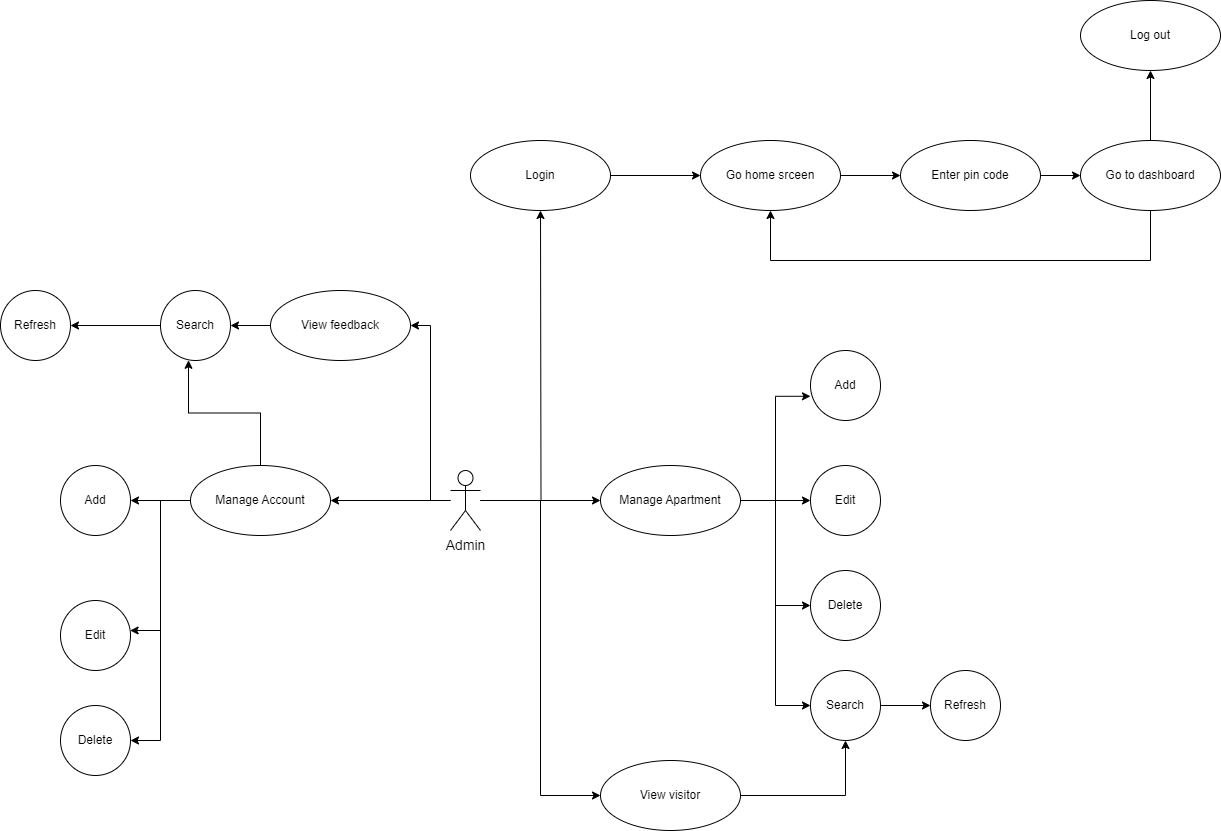
The draw.io diagram diagram/usecase admin-Page-2.drawio.png in duongminhthanh/app_system_management_visitor_for_old_aparment, before a commit. Source tidied: cells renumbered, new cells last; positions are measured from the earlier drawing's top-left corner, leaving out a move shared by most shapes. Its diagram source:
```xml
<mxGraphModel>
  <root>
    <mxCell id="0" />
    <mxCell id="1" parent="0" />
    <mxCell id="2" style="edgeStyle=orthogonalEdgeStyle;rounded=0;jettySize=auto;html=1;" parent="1" edge="1" source="7" target="12">
      <mxGeometry relative="1" as="geometry" />
    </mxCell>
    <mxCell id="3" style="edgeStyle=orthogonalEdgeStyle;rounded=0;jettySize=auto;html=1;entryX=0;entryY=0.5;entryDx=0;entryDy=0;" parent="1" edge="1" source="7" target="21">
      <mxGeometry relative="1" as="geometry" />
    </mxCell>
    <mxCell id="4" style="edgeStyle=orthogonalEdgeStyle;rounded=0;jettySize=auto;html=1;" parent="1" edge="1" source="7">
      <mxGeometry relative="1" as="geometry">
        <mxPoint x="540" y="210" as="targetPoint" />
      </mxGeometry>
    </mxCell>
    <mxCell id="5" style="edgeStyle=orthogonalEdgeStyle;rounded=0;jettySize=auto;html=1;entryX=1;entryY=0.5;entryDx=0;entryDy=0;" parent="1" edge="1" source="7" target="19">
      <mxGeometry relative="1" as="geometry" />
    </mxCell>
    <mxCell id="6" style="edgeStyle=orthogonalEdgeStyle;rounded=0;jettySize=auto;html=1;entryX=1;entryY=0.5;entryDx=0;entryDy=0;" parent="1" edge="1" source="7" target="40">
      <mxGeometry relative="1" as="geometry" />
    </mxCell>
    <mxCell id="7" value="Admin" style="shape=umlActor;html=1;verticalLabelPosition=bottom;verticalAlign=top;align=center;fontSize=14;" parent="1" vertex="1">
      <mxGeometry x="450" y="470" width="30" height="60" as="geometry" />
    </mxCell>
    <mxCell id="8" style="edgeStyle=orthogonalEdgeStyle;rounded=0;jettySize=auto;html=1;entryX=0;entryY=0.654;entryDx=0;entryDy=0;entryPerimeter=0;" parent="1" edge="1" source="12" target="13">
      <mxGeometry relative="1" as="geometry" />
    </mxCell>
    <mxCell id="9" style="edgeStyle=orthogonalEdgeStyle;rounded=0;jettySize=auto;html=1;" parent="1" edge="1" source="12" target="14">
      <mxGeometry relative="1" as="geometry" />
    </mxCell>
    <mxCell id="10" style="edgeStyle=orthogonalEdgeStyle;rounded=0;jettySize=auto;html=1;entryX=0;entryY=0.5;entryDx=0;entryDy=0;" parent="1" edge="1" source="12" target="15">
      <mxGeometry relative="1" as="geometry" />
    </mxCell>
    <mxCell id="11" style="edgeStyle=orthogonalEdgeStyle;rounded=0;jettySize=auto;html=1;entryX=0;entryY=0.5;entryDx=0;entryDy=0;" parent="1" edge="1" source="12" target="17">
      <mxGeometry relative="1" as="geometry" />
    </mxCell>
    <mxCell id="12" value="Manage Apartment" style="ellipse;whiteSpace=wrap;html=1;" parent="1" vertex="1">
      <mxGeometry x="600" y="465" width="140" height="70" as="geometry" />
    </mxCell>
    <mxCell id="13" value="Add" style="ellipse;whiteSpace=wrap;html=1;" parent="1" vertex="1">
      <mxGeometry x="810" y="350" width="70" height="70" as="geometry" />
    </mxCell>
    <mxCell id="14" value="Edit" style="ellipse;whiteSpace=wrap;html=1;" parent="1" vertex="1">
      <mxGeometry x="810" y="465" width="70" height="70" as="geometry" />
    </mxCell>
    <mxCell id="15" value="Delete" style="ellipse;whiteSpace=wrap;html=1;" parent="1" vertex="1">
      <mxGeometry x="810" y="570" width="70" height="70" as="geometry" />
    </mxCell>
    <mxCell id="16" style="edgeStyle=orthogonalEdgeStyle;rounded=0;jettySize=auto;html=1;" parent="1" edge="1" source="17" target="22">
      <mxGeometry relative="1" as="geometry" />
    </mxCell>
    <mxCell id="17" value="Search" style="ellipse;whiteSpace=wrap;html=1;" parent="1" vertex="1">
      <mxGeometry x="810" y="670" width="70" height="70" as="geometry" />
    </mxCell>
    <mxCell id="18" style="edgeStyle=orthogonalEdgeStyle;rounded=0;jettySize=auto;html=1;entryX=1;entryY=0.5;entryDx=0;entryDy=0;" parent="1" edge="1" source="19" target="34">
      <mxGeometry relative="1" as="geometry" />
    </mxCell>
    <mxCell id="19" value="View feedback" style="ellipse;whiteSpace=wrap;html=1;" parent="1" vertex="1">
      <mxGeometry x="270" y="290" width="140" height="70" as="geometry" />
    </mxCell>
    <mxCell id="20" style="edgeStyle=orthogonalEdgeStyle;rounded=0;jettySize=auto;html=1;entryX=0.5;entryY=1;entryDx=0;entryDy=0;" parent="1" edge="1" source="21" target="17">
      <mxGeometry relative="1" as="geometry" />
    </mxCell>
    <mxCell id="21" value="View visitor" style="ellipse;whiteSpace=wrap;html=1;" parent="1" vertex="1">
      <mxGeometry x="600" y="760" width="140" height="70" as="geometry" />
    </mxCell>
    <mxCell id="22" value="Refresh" style="ellipse;whiteSpace=wrap;html=1;" parent="1" vertex="1">
      <mxGeometry x="930" y="670" width="70" height="70" as="geometry" />
    </mxCell>
    <mxCell id="23" style="edgeStyle=orthogonalEdgeStyle;rounded=0;jettySize=auto;html=1;" parent="1" edge="1" source="24" target="26">
      <mxGeometry relative="1" as="geometry" />
    </mxCell>
    <mxCell id="24" value="Login" style="ellipse;whiteSpace=wrap;html=1;" parent="1" vertex="1">
      <mxGeometry x="470" y="140" width="140" height="70" as="geometry" />
    </mxCell>
    <mxCell id="25" style="edgeStyle=orthogonalEdgeStyle;rounded=0;jettySize=auto;html=1;" parent="1" edge="1" source="26" target="28">
      <mxGeometry relative="1" as="geometry" />
    </mxCell>
    <mxCell id="26" value="Go home srceen" style="ellipse;whiteSpace=wrap;html=1;" parent="1" vertex="1">
      <mxGeometry x="700" y="140" width="140" height="70" as="geometry" />
    </mxCell>
    <mxCell id="27" style="edgeStyle=orthogonalEdgeStyle;rounded=0;jettySize=auto;html=1;" parent="1" edge="1" source="28" target="31">
      <mxGeometry relative="1" as="geometry" />
    </mxCell>
    <mxCell id="28" value="Enter pin code" style="ellipse;whiteSpace=wrap;html=1;" parent="1" vertex="1">
      <mxGeometry x="900" y="140" width="140" height="70" as="geometry" />
    </mxCell>
    <mxCell id="29" style="edgeStyle=orthogonalEdgeStyle;rounded=0;jettySize=auto;html=1;" parent="1" edge="1" source="31" target="26">
      <mxGeometry relative="1" as="geometry">
        <Array as="points">
          <mxPoint x="1150" y="260" />
          <mxPoint x="770" y="260" />
        </Array>
      </mxGeometry>
    </mxCell>
    <mxCell id="30" style="edgeStyle=orthogonalEdgeStyle;rounded=0;jettySize=auto;html=1;" parent="1" edge="1" source="31" target="32">
      <mxGeometry relative="1" as="geometry" />
    </mxCell>
    <mxCell id="31" value="Go to dashboard" style="ellipse;whiteSpace=wrap;html=1;" parent="1" vertex="1">
      <mxGeometry x="1080" y="140" width="140" height="70" as="geometry" />
    </mxCell>
    <mxCell id="32" value="Log out" style="ellipse;whiteSpace=wrap;html=1;" parent="1" vertex="1">
      <mxGeometry x="1080" width="140" height="70" as="geometry" />
    </mxCell>
    <mxCell id="33" style="edgeStyle=orthogonalEdgeStyle;rounded=0;jettySize=auto;html=1;" parent="1" edge="1" source="34" target="35">
      <mxGeometry relative="1" as="geometry" />
    </mxCell>
    <mxCell id="34" value="Search" style="ellipse;whiteSpace=wrap;html=1;" parent="1" vertex="1">
      <mxGeometry x="160" y="290" width="70" height="70" as="geometry" />
    </mxCell>
    <mxCell id="35" value="Refresh" style="ellipse;whiteSpace=wrap;html=1;" parent="1" vertex="1">
      <mxGeometry y="290" width="70" height="70" as="geometry" />
    </mxCell>
    <mxCell id="36" style="edgeStyle=orthogonalEdgeStyle;rounded=0;jettySize=auto;html=1;entryX=0.4;entryY=0.997;entryDx=0;entryDy=0;entryPerimeter=0;" parent="1" edge="1" source="40" target="34">
      <mxGeometry relative="1" as="geometry" />
    </mxCell>
    <mxCell id="37" style="edgeStyle=orthogonalEdgeStyle;rounded=0;jettySize=auto;html=1;" parent="1" edge="1" source="40" target="41">
      <mxGeometry relative="1" as="geometry" />
    </mxCell>
    <mxCell id="38" style="edgeStyle=orthogonalEdgeStyle;rounded=0;jettySize=auto;html=1;" parent="1" edge="1" source="40" target="42">
      <mxGeometry relative="1" as="geometry">
        <Array as="points">
          <mxPoint x="160" y="500" />
          <mxPoint x="160" y="630" />
        </Array>
      </mxGeometry>
    </mxCell>
    <mxCell id="39" style="edgeStyle=orthogonalEdgeStyle;rounded=0;jettySize=auto;html=1;entryX=1;entryY=0.5;entryDx=0;entryDy=0;" parent="1" edge="1" source="40" target="43">
      <mxGeometry relative="1" as="geometry" />
    </mxCell>
    <mxCell id="40" value="Manage Account" style="ellipse;whiteSpace=wrap;html=1;" parent="1" vertex="1">
      <mxGeometry x="190" y="465" width="140" height="70" as="geometry" />
    </mxCell>
    <mxCell id="41" value="Add" style="ellipse;whiteSpace=wrap;html=1;" parent="1" vertex="1">
      <mxGeometry x="60" y="465" width="70" height="70" as="geometry" />
    </mxCell>
    <mxCell id="42" value="Edit" style="ellipse;whiteSpace=wrap;html=1;" parent="1" vertex="1">
      <mxGeometry x="60" y="600" width="70" height="70" as="geometry" />
    </mxCell>
    <mxCell id="43" value="Delete" style="ellipse;whiteSpace=wrap;html=1;" parent="1" vertex="1">
      <mxGeometry x="60" y="705" width="70" height="70" as="geometry" />
    </mxCell>
  </root>
</mxGraphModel>
```
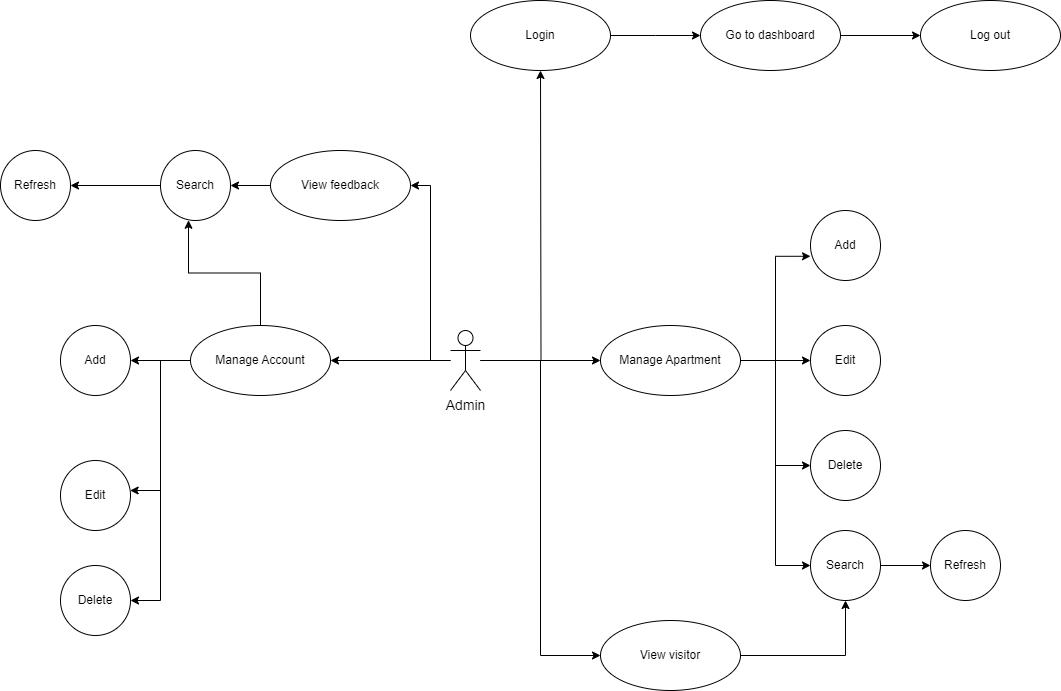
Later version of the same file.

What changed in the source:
```diff
@@ -67,40 +67,22 @@
     <mxCell id="22" value="Refresh" style="ellipse;whiteSpace=wrap;html=1;" parent="1" vertex="1">
       <mxGeometry x="930" y="670" width="70" height="70" as="geometry" />
     </mxCell>
-    <mxCell id="23" style="edgeStyle=orthogonalEdgeStyle;rounded=0;jettySize=auto;html=1;" parent="1" edge="1" source="24" target="26">
-      <mxGeometry relative="1" as="geometry" />
+    <mxCell id="23" style="edgeStyle=orthogonalEdgeStyle;rounded=0;jettySize=auto;html=1;" parent="1" edge="1" source="24">
+      <mxGeometry relative="1" as="geometry">
+        <mxPoint x="700" y="175" as="targetPoint" />
+      </mxGeometry>
     </mxCell>
     <mxCell id="24" value="Login" style="ellipse;whiteSpace=wrap;html=1;" parent="1" vertex="1">
       <mxGeometry x="470" y="140" width="140" height="70" as="geometry" />
     </mxCell>
-    <mxCell id="25" style="edgeStyle=orthogonalEdgeStyle;rounded=0;jettySize=auto;html=1;" parent="1" edge="1" source="26" target="28">
-      <mxGeometry relative="1" as="geometry" />
-    </mxCell>
-    <mxCell id="26" value="Go home srceen" style="ellipse;whiteSpace=wrap;html=1;" parent="1" vertex="1">
-      <mxGeometry x="700" y="140" width="140" height="70" as="geometry" />
-    </mxCell>
-    <mxCell id="27" style="edgeStyle=orthogonalEdgeStyle;rounded=0;jettySize=auto;html=1;" parent="1" edge="1" source="28" target="31">
-      <mxGeometry relative="1" as="geometry" />
-    </mxCell>
-    <mxCell id="28" value="Enter pin code" style="ellipse;whiteSpace=wrap;html=1;" parent="1" vertex="1">
-      <mxGeometry x="900" y="140" width="140" height="70" as="geometry" />
-    </mxCell>
-    <mxCell id="29" style="edgeStyle=orthogonalEdgeStyle;rounded=0;jettySize=auto;html=1;" parent="1" edge="1" source="31" target="26">
-      <mxGeometry relative="1" as="geometry">
-        <Array as="points">
-          <mxPoint x="1150" y="260" />
-          <mxPoint x="770" y="260" />
-        </Array>
-      </mxGeometry>
-    </mxCell>
     <mxCell id="30" style="edgeStyle=orthogonalEdgeStyle;rounded=0;jettySize=auto;html=1;" parent="1" edge="1" source="31" target="32">
       <mxGeometry relative="1" as="geometry" />
     </mxCell>
     <mxCell id="31" value="Go to dashboard" style="ellipse;whiteSpace=wrap;html=1;" parent="1" vertex="1">
-      <mxGeometry x="1080" y="140" width="140" height="70" as="geometry" />
+      <mxGeometry x="700" y="140" width="140" height="70" as="geometry" />
     </mxCell>
     <mxCell id="32" value="Log out" style="ellipse;whiteSpace=wrap;html=1;" parent="1" vertex="1">
-      <mxGeometry x="1080" width="140" height="70" as="geometry" />
+      <mxGeometry x="920" y="140" width="140" height="70" as="geometry" />
     </mxCell>
     <mxCell id="33" style="edgeStyle=orthogonalEdgeStyle;rounded=0;jettySize=auto;html=1;" parent="1" edge="1" source="34" target="35">
       <mxGeometry relative="1" as="geometry" />
```
